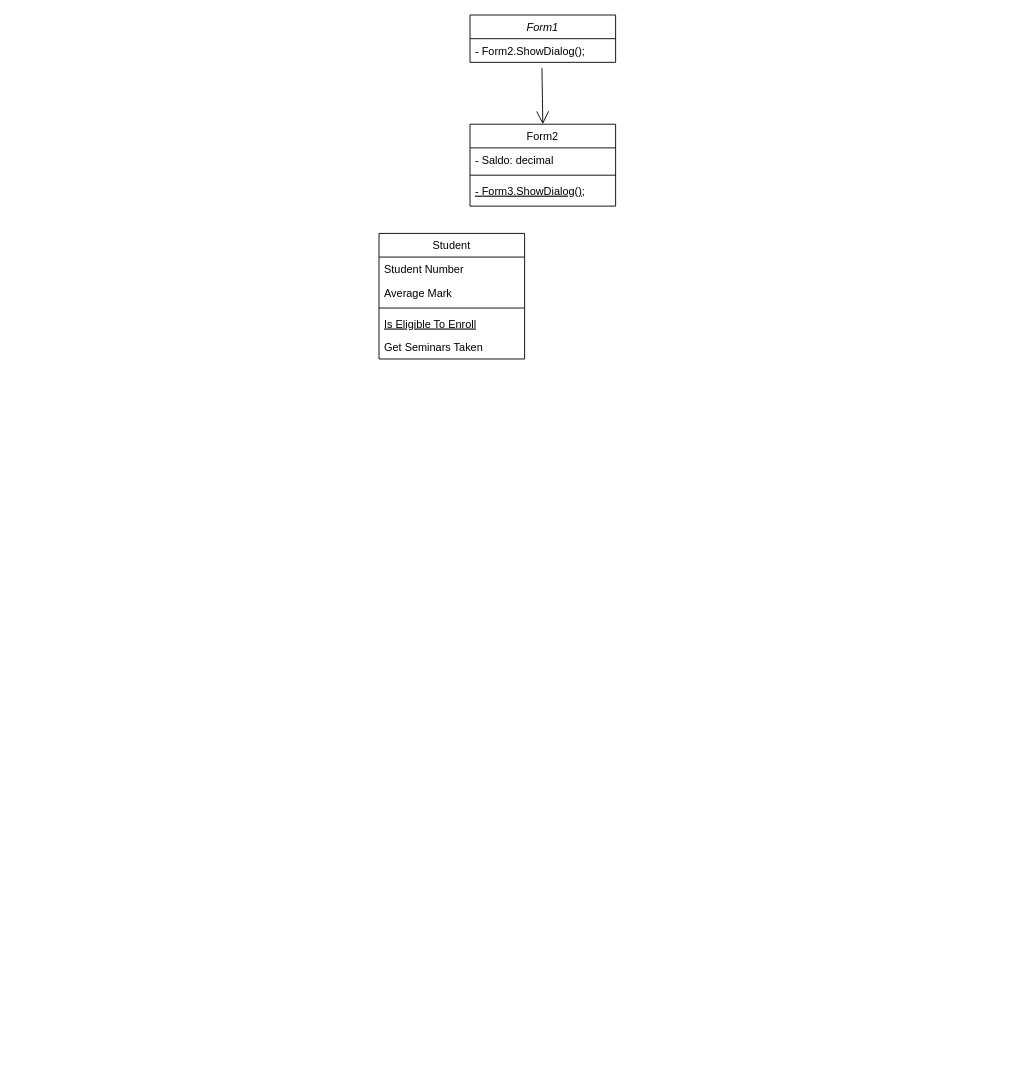
Above: Diagramma senza titolo.drawio in FRANCO8724/Casino_Royale (draw.io), before the change. Source tidied: cells renumbered, new cells numbered last; positions are measured from the earlier drawing's top-left corner, leaving out a move shared by most shapes. Both pictures are drawn from the tidied source at 91%, with x=0, y=0 at pixel (379, 15).
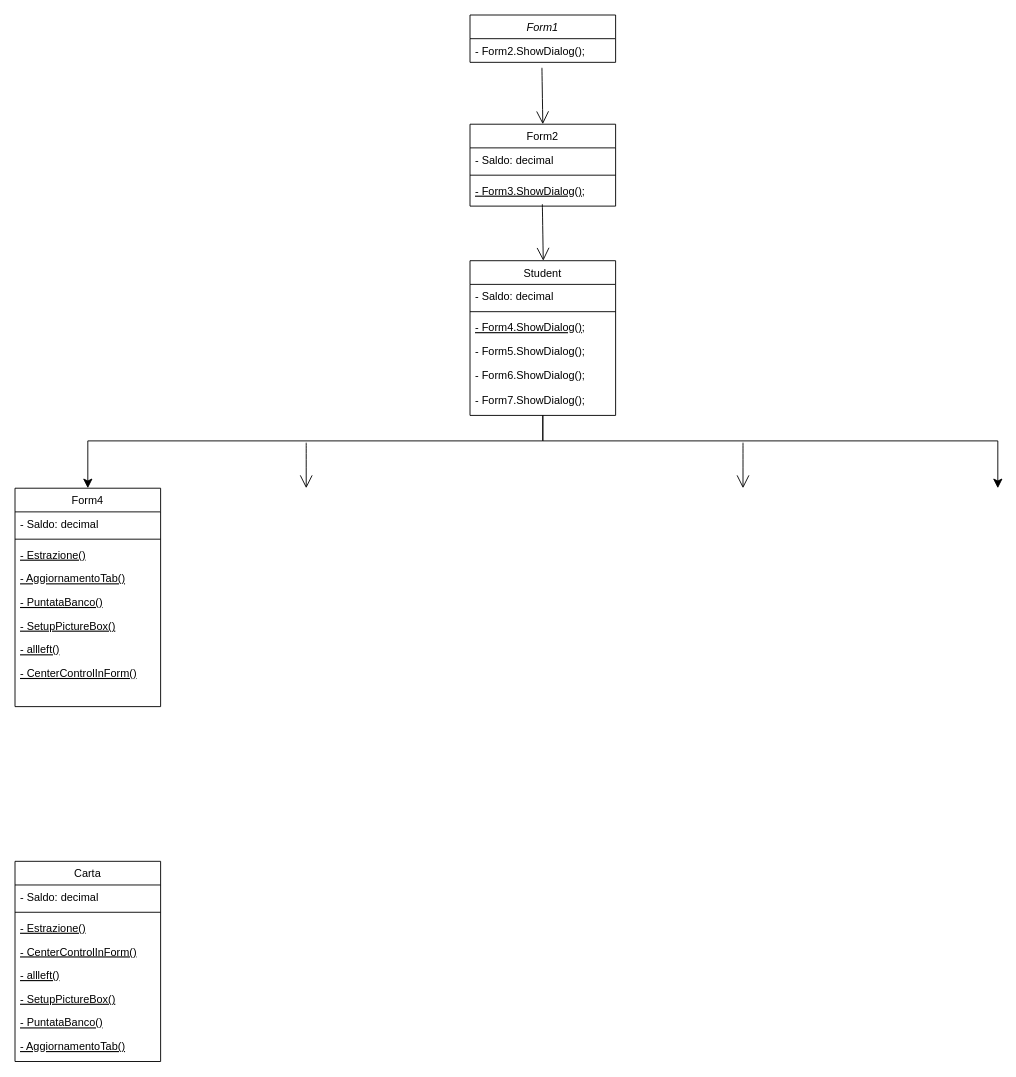
The same page after the edit.

What changed in the source:
```diff
@@
     <mxCell id="4" value="Student" style="swimlane;fontStyle=0;align=center;verticalAlign=top;horizontal=1;startSize=26;rounded=0;shadow=0;strokeWidth=1;" parent="1" vertex="1">
-      <mxGeometry y="240" width="160" height="138" as="geometry" />
+      <mxGeometry x="100" y="270" width="160" height="170" as="geometry" />
     </mxCell>
-    <mxCell id="5" value="Student Number" style="text;align=left;verticalAlign=top;spacingLeft=4;spacingRight=4;overflow=hidden;" parent="4" vertex="1">
+    <mxCell id="5" value="- Saldo: decimal" style="text;align=left;verticalAlign=top;spacingLeft=4;spacingRight=4;overflow=hidden;" parent="4" vertex="1">
       <mxGeometry y="26" width="160" height="26" as="geometry" />
     </mxCell>
-    <mxCell id="6" value="Average Mark" style="text;align=left;verticalAlign=top;spacingLeft=4;spacingRight=4;overflow=hidden;rounded=0;shadow=0;html=0;" parent="4" vertex="1">
-      <mxGeometry y="52" width="160" height="26" as="geometry" />
-    </mxCell>
     <mxCell id="7" style="line;html=1;strokeWidth=1;align=left;verticalAlign=middle;spacingTop=-1;spacingLeft=3;spacingRight=3;labelPosition=right;" parent="4" vertex="1">
-      <mxGeometry y="78" width="160" height="8" as="geometry" />
+      <mxGeometry y="52" width="160" height="8" as="geometry" />
     </mxCell>
-    <mxCell id="8" value="Is Eligible To Enroll" style="text;align=left;verticalAlign=top;spacingLeft=4;spacingRight=4;overflow=hidden;fontStyle=4;" parent="4" vertex="1">
-      <mxGeometry y="86" width="160" height="26" as="geometry" />
+    <mxCell id="8" value="- Form4.ShowDialog();" style="text;align=left;verticalAlign=top;spacingLeft=4;spacingRight=4;overflow=hidden;fontStyle=4;" parent="4" vertex="1">
+      <mxGeometry y="60" width="160" height="26" as="geometry" />
     </mxCell>
-    <mxCell id="9" value="Get Seminars Taken" style="text;align=left;verticalAlign=top;spacingLeft=4;spacingRight=4;overflow=hidden;" parent="4" vertex="1">
-      <mxGeometry y="112" width="160" height="26" as="geometry" />
+    <mxCell id="9" value="- Form5.ShowDialog();" style="text;align=left;verticalAlign=top;spacingLeft=4;spacingRight=4;overflow=hidden;" parent="4" vertex="1">
+      <mxGeometry y="86" width="160" height="26" as="geometry" />
     </mxCell>
+    <mxCell id="15" value="- Form6.ShowDialog();" style="text;align=left;verticalAlign=top;spacingLeft=4;spacingRight=4;overflow=hidden;" parent="4" vertex="1">
+      <mxGeometry y="112" width="160" height="28" as="geometry" />
+    </mxCell>
+    <mxCell id="16" value="- Form7.ShowDialog();" style="text;align=left;verticalAlign=top;spacingLeft=4;spacingRight=4;overflow=hidden;" parent="4" vertex="1">
+      <mxGeometry y="140" width="160" height="26" as="geometry" />
+    </mxCell>
@@
+    <mxCell id="17" style="endArrow=open;endFill=1;endSize=12;html=1;rounded=0;fontSize=12;curved=1;exitX=0.494;exitY=1.231;exitDx=0;exitDy=0;exitPerimeter=0;" parent="1" edge="1">
+      <mxGeometry relative="1" as="geometry">
+        <mxPoint x="179.5" y="208" as="sourcePoint" />
+        <mxPoint x="180.5" y="270" as="targetPoint" />
+      </mxGeometry>
+    </mxCell>
+    <mxCell id="18" style="edgeStyle=elbowEdgeStyle;elbow=vertical;endArrow=classic;html=1;curved=0;rounded=0;endSize=8;startSize=8;fontSize=12;" parent="1" edge="1">
+      <mxGeometry relative="1" as="geometry">
+        <mxPoint x="180" y="440" as="sourcePoint" />
+        <mxPoint x="680" y="520" as="targetPoint" />
+        <Array as="points">
+          <mxPoint x="330" y="468" />
+        </Array>
+      </mxGeometry>
+    </mxCell>
+    <mxCell id="19" style="edgeStyle=elbowEdgeStyle;elbow=vertical;endArrow=classic;html=1;curved=0;rounded=0;endSize=8;startSize=8;fontSize=12;" parent="1" edge="1">
+      <mxGeometry relative="1" as="geometry">
+        <mxPoint x="180" y="440" as="sourcePoint" />
+        <mxPoint x="-320" y="520" as="targetPoint" />
+        <Array as="points">
+          <mxPoint x="330" y="468" />
+        </Array>
+      </mxGeometry>
+    </mxCell>
+    <mxCell id="20" style="endArrow=open;endFill=1;endSize=12;html=1;rounded=0;fontSize=12;curved=1;" parent="1" edge="1">
+      <mxGeometry relative="1" as="geometry">
+        <mxPoint x="400" y="470" as="sourcePoint" />
+        <mxPoint x="400" y="520" as="targetPoint" />
+      </mxGeometry>
+    </mxCell>
+    <mxCell id="21" style="endArrow=open;endFill=1;endSize=12;html=1;rounded=0;fontSize=12;curved=1;" parent="1" edge="1">
+      <mxGeometry relative="1" as="geometry">
+        <mxPoint x="-80" y="470" as="sourcePoint" />
+        <mxPoint x="-80" y="520" as="targetPoint" />
+      </mxGeometry>
+    </mxCell>
+    <mxCell id="22" value="Form4" style="swimlane;fontStyle=0;align=center;verticalAlign=top;horizontal=1;startSize=26;rounded=0;shadow=0;strokeWidth=1;" parent="1" vertex="1">
+      <mxGeometry x="-400" y="520" width="160" height="240" as="geometry" />
+    </mxCell>
+    <mxCell id="23" value="- Saldo: decimal" style="text;align=left;verticalAlign=top;spacingLeft=4;spacingRight=4;overflow=hidden;" parent="22" vertex="1">
+      <mxGeometry y="26" width="160" height="26" as="geometry" />
+    </mxCell>
+    <mxCell id="24" style="line;html=1;strokeWidth=1;align=left;verticalAlign=middle;spacingTop=-1;spacingLeft=3;spacingRight=3;labelPosition=right;" parent="22" vertex="1">
+      <mxGeometry y="52" width="160" height="8" as="geometry" />
+    </mxCell>
+    <mxCell id="25" value="- Estrazione()" style="text;align=left;verticalAlign=top;spacingLeft=4;spacingRight=4;overflow=hidden;fontStyle=4;" parent="22" vertex="1">
+      <mxGeometry y="60" width="160" height="26" as="geometry" />
+    </mxCell>
+    <mxCell id="26" value="- AggiornamentoTab()" style="text;align=left;verticalAlign=top;spacingLeft=4;spacingRight=4;overflow=hidden;fontStyle=4;" parent="22" vertex="1">
+      <mxGeometry y="86" width="160" height="26" as="geometry" />
+    </mxCell>
+    <mxCell id="27" value="- PuntataBanco()" style="text;align=left;verticalAlign=top;spacingLeft=4;spacingRight=4;overflow=hidden;fontStyle=4;" parent="22" vertex="1">
+      <mxGeometry y="112" width="160" height="26" as="geometry" />
+    </mxCell>
+    <mxCell id="28" value="- SetupPictureBox()" style="text;align=left;verticalAlign=top;spacingLeft=4;spacingRight=4;overflow=hidden;fontStyle=4;" parent="22" vertex="1">
+      <mxGeometry y="138" width="160" height="26" as="geometry" />
+    </mxCell>
+    <mxCell id="29" value="- allleft()" style="text;align=left;verticalAlign=top;spacingLeft=4;spacingRight=4;overflow=hidden;fontStyle=4;" parent="22" vertex="1">
+      <mxGeometry y="164" width="160" height="26" as="geometry" />
+    </mxCell>
+    <mxCell id="30" value="- CenterControlInForm()" style="text;align=left;verticalAlign=top;spacingLeft=4;spacingRight=4;overflow=hidden;fontStyle=4;" parent="22" vertex="1">
+      <mxGeometry y="190" width="160" height="26" as="geometry" />
+    </mxCell>
+    <mxCell id="31" value="Carta" style="swimlane;fontStyle=0;align=center;verticalAlign=top;horizontal=1;startSize=26;rounded=0;shadow=0;strokeWidth=1;" parent="1" vertex="1">
+      <mxGeometry x="-400" y="930" width="160" height="220" as="geometry" />
+    </mxCell>
+    <mxCell id="32" value="- Saldo: decimal" style="text;align=left;verticalAlign=top;spacingLeft=4;spacingRight=4;overflow=hidden;" parent="31" vertex="1">
+      <mxGeometry y="26" width="160" height="26" as="geometry" />
+    </mxCell>
+    <mxCell id="33" style="line;html=1;strokeWidth=1;align=left;verticalAlign=middle;spacingTop=-1;spacingLeft=3;spacingRight=3;labelPosition=right;" parent="31" vertex="1">
+      <mxGeometry y="52" width="160" height="8" as="geometry" />
+    </mxCell>
+    <mxCell id="34" value="- Estrazione()" style="text;align=left;verticalAlign=top;spacingLeft=4;spacingRight=4;overflow=hidden;fontStyle=4;" parent="31" vertex="1">
+      <mxGeometry y="60" width="160" height="26" as="geometry" />
+    </mxCell>
+    <mxCell id="35" value="- CenterControlInForm()" style="text;align=left;verticalAlign=top;spacingLeft=4;spacingRight=4;overflow=hidden;fontStyle=4;" parent="31" vertex="1">
+      <mxGeometry y="86" width="160" height="26" as="geometry" />
+    </mxCell>
+    <mxCell id="36" value="- allleft()" style="text;align=left;verticalAlign=top;spacingLeft=4;spacingRight=4;overflow=hidden;fontStyle=4;" parent="31" vertex="1">
+      <mxGeometry y="112" width="160" height="26" as="geometry" />
+    </mxCell>
+    <mxCell id="37" value="- SetupPictureBox()" style="text;align=left;verticalAlign=top;spacingLeft=4;spacingRight=4;overflow=hidden;fontStyle=4;" parent="31" vertex="1">
+      <mxGeometry y="138" width="160" height="26" as="geometry" />
+    </mxCell>
+    <mxCell id="38" value="- PuntataBanco()" style="text;align=left;verticalAlign=top;spacingLeft=4;spacingRight=4;overflow=hidden;fontStyle=4;" parent="31" vertex="1">
+      <mxGeometry y="164" width="160" height="26" as="geometry" />
+    </mxCell>
+    <mxCell id="39" value="- AggiornamentoTab()" style="text;align=left;verticalAlign=top;spacingLeft=4;spacingRight=4;overflow=hidden;fontStyle=4;" parent="31" vertex="1">
+      <mxGeometry y="190" width="160" height="26" as="geometry" />
+    </mxCell>
```
